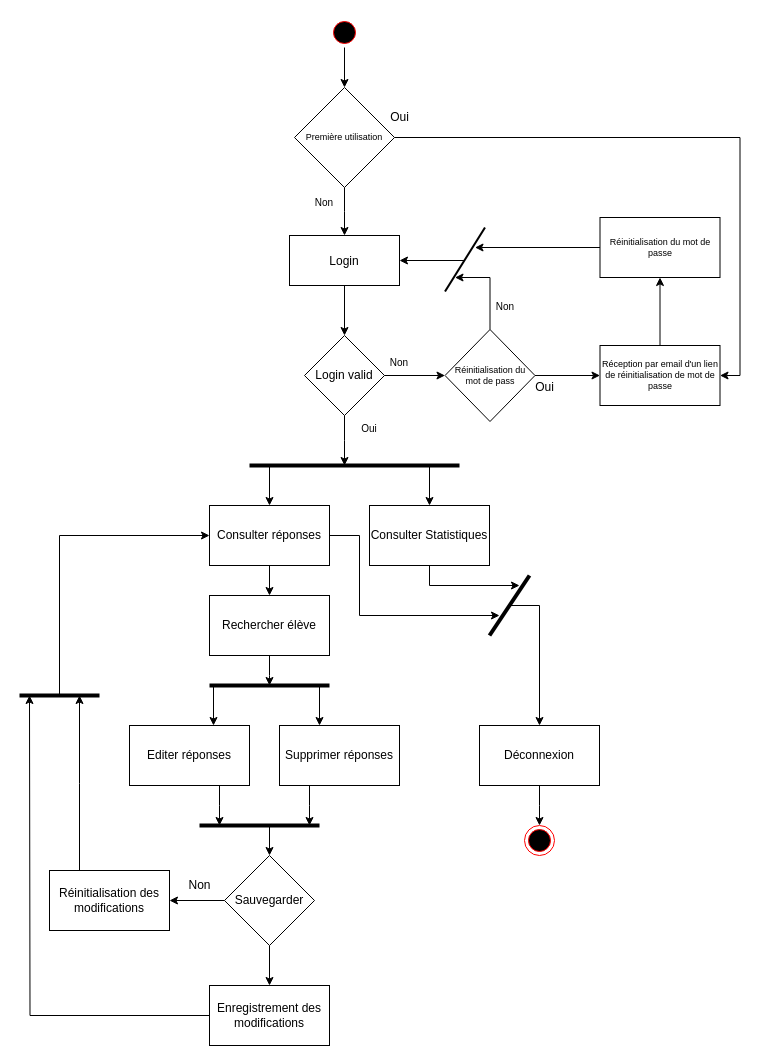
Earlier version of the draw.io diagram DiagrameDActiviteEnseignant.drawio (Devetik/Diagrammes). Source tidied: cells renumbered, new cells numbered last; positions are measured from the earlier drawing's top-left corner, leaving out a move shared by most shapes. Both pictures are drawn from the tidied source at 100%, with x=0, y=0 at pixel (19, 17).
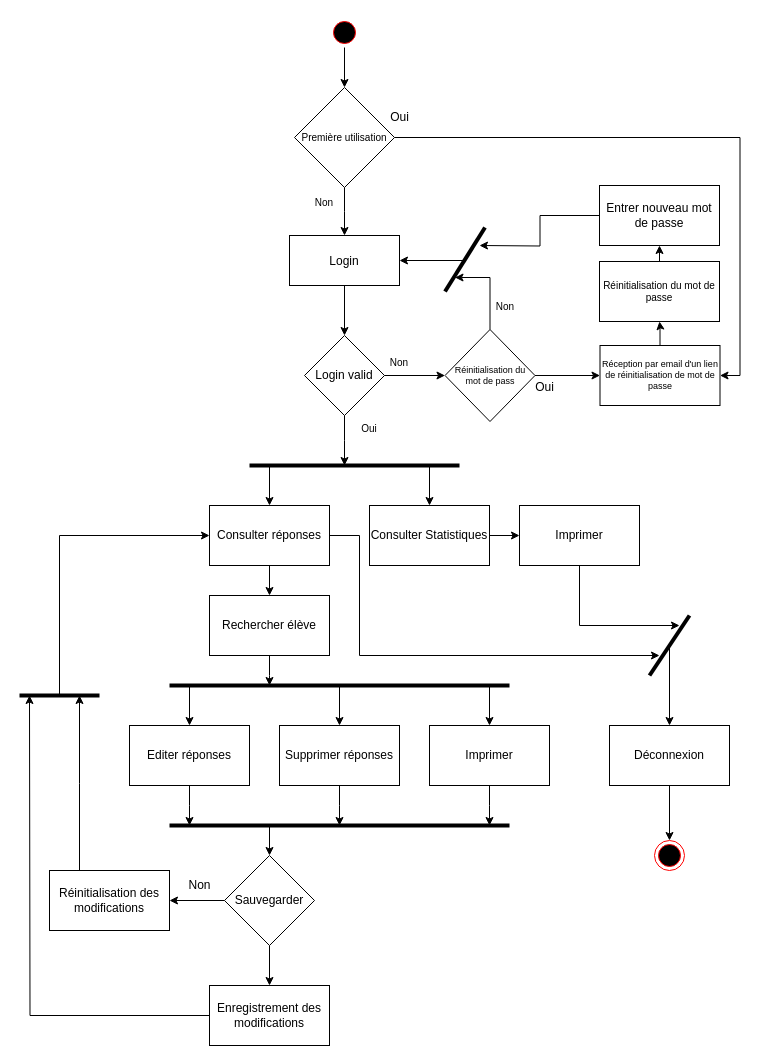
The same diagram, later.

The change refers to these unchanged cells:
```xml
<mxCell id="8" value="Consulter réponses" style="rounded=0;whiteSpace=wrap;html=1;fillColor=none;" parent="1" vertex="1">
  <mxGeometry x="190" y="488" width="120" height="60" as="geometry" />
</mxCell>
<mxCell id="15" value="Editer réponses" style="rounded=0;whiteSpace=wrap;html=1;fillColor=none;" parent="1" vertex="1">
  <mxGeometry x="110" y="708" width="120" height="60" as="geometry" />
</mxCell>
<mxCell id="16" value="Consulter Statistiques" style="rounded=0;whiteSpace=wrap;html=1;fillColor=none;" parent="1" vertex="1">
  <mxGeometry x="350" y="488" width="120" height="60" as="geometry" />
</mxCell>
<mxCell id="24" value="Supprimer réponses" style="rounded=0;whiteSpace=wrap;html=1;fillColor=none;" parent="1" vertex="1">
  <mxGeometry x="260" y="708" width="120" height="60" as="geometry" />
</mxCell>
```

The edit, as a diff of the source:
```diff
@@
-    <mxCell id="7" style="edgeStyle=orthogonalEdgeStyle;rounded=0;jettySize=auto;html=1;strokeWidth=1;" parent="1" edge="1" source="8">
-      <mxGeometry relative="1" as="geometry">
-        <mxPoint x="480" y="598" as="targetPoint" />
-        <Array as="points">
-          <mxPoint x="340" y="518" />
-          <mxPoint x="340" y="598" />
-        </Array>
-      </mxGeometry>
-    </mxCell>
+    <mxCell id="61" style="edgeStyle=orthogonalEdgeStyle;rounded=0;jettySize=auto;html=1;fontSize=10;strokeWidth=1;" parent="1" edge="1" source="8">
+      <mxGeometry relative="1" as="geometry">
+        <mxPoint x="640" y="638" as="targetPoint" />
+        <Array as="points">
+          <mxPoint x="340" y="518" />
+          <mxPoint x="340" y="638" />
+        </Array>
+      </mxGeometry>
+    </mxCell>
@@
-    <mxCell id="14" style="edgeStyle=orthogonalEdgeStyle;rounded=0;jettySize=auto;html=1;exitX=0.75;exitY=1;exitDx=0;exitDy=0;strokeWidth=1;" parent="1" edge="1" source="15">
-      <mxGeometry relative="1" as="geometry">
-        <mxPoint x="200" y="808" as="targetPoint" />
-      </mxGeometry>
-    </mxCell>
+    <mxCell id="62" style="edgeStyle=orthogonalEdgeStyle;rounded=0;jettySize=auto;html=1;fontSize=10;strokeWidth=1;" parent="1" edge="1" source="15">
+      <mxGeometry relative="1" as="geometry">
+        <mxPoint x="170" y="808" as="targetPoint" />
+      </mxGeometry>
+    </mxCell>
@@
+    <mxCell id="63" style="edgeStyle=orthogonalEdgeStyle;rounded=0;jettySize=auto;html=1;entryX=0;entryY=0.5;entryDx=0;entryDy=0;fontSize=10;strokeWidth=1;" parent="1" edge="1" source="16" target="74">
+      <mxGeometry relative="1" as="geometry" />
+    </mxCell>
@@
     <mxCell id="19" style="endArrow=none;html=1;rounded=0;strokeWidth=4;" parent="1" edge="1">
       <mxGeometry relative="1" as="geometry">
-        <mxPoint x="190" y="668" as="sourcePoint" />
-        <mxPoint x="310" y="668" as="targetPoint" />
+        <mxPoint x="150" y="668" as="sourcePoint" />
+        <mxPoint x="490" y="668" as="targetPoint" />
       </mxGeometry>
     </mxCell>
-    <mxCell id="20" style="endArrow=classic;html=1;rounded=0;strokeWidth=1;" parent="1" edge="1">
+    <mxCell id="20" style="endArrow=classic;html=1;rounded=0;strokeWidth=1;entryX=0.5;entryY=0;entryDx=0;entryDy=0;" parent="1" edge="1" target="24">
       <mxGeometry relative="1" as="geometry">
-        <mxPoint x="300" y="668" as="sourcePoint" />
-        <mxPoint x="300" y="708" as="targetPoint" />
+        <mxPoint x="320" y="668" as="sourcePoint" />
       </mxGeometry>
     </mxCell>
-    <mxCell id="21" style="endArrow=classic;html=1;rounded=0;strokeWidth=1;" parent="1" edge="1">
-      <mxGeometry relative="1" as="geometry">
-        <mxPoint x="194" y="668" as="sourcePoint" />
-        <mxPoint x="194" y="708" as="targetPoint" />
-      </mxGeometry>
-    </mxCell>
@@
-    <mxCell id="23" style="edgeStyle=orthogonalEdgeStyle;rounded=0;jettySize=auto;html=1;exitX=0.25;exitY=1;exitDx=0;exitDy=0;strokeWidth=1;" parent="1" edge="1" source="24">
-      <mxGeometry relative="1" as="geometry">
-        <mxPoint x="290" y="808" as="targetPoint" />
-      </mxGeometry>
-    </mxCell>
+    <mxCell id="64" style="edgeStyle=orthogonalEdgeStyle;rounded=0;jettySize=auto;html=1;fontSize=10;strokeWidth=1;" parent="1" edge="1" source="24">
+      <mxGeometry relative="1" as="geometry">
+        <mxPoint x="320" y="808" as="targetPoint" />
+      </mxGeometry>
+    </mxCell>
@@
     <mxCell id="25" style="endArrow=none;html=1;rounded=0;strokeWidth=4;" parent="1" edge="1">
       <mxGeometry relative="1" as="geometry">
-        <mxPoint x="180" y="808" as="sourcePoint" />
-        <mxPoint x="300" y="808" as="targetPoint" />
+        <mxPoint x="150" y="808" as="sourcePoint" />
+        <mxPoint x="490" y="808" as="targetPoint" />
       </mxGeometry>
     </mxCell>
@@
-    <mxCell id="37" style="endArrow=classic;html=1;rounded=0;strokeWidth=1;exitX=0.5;exitY=1;exitDx=0;exitDy=0;" parent="1" edge="1" source="16">
-      <mxGeometry relative="1" as="geometry">
-        <mxPoint x="500" y="568" as="targetPoint" />
-        <Array as="points">
-          <mxPoint x="410" y="568" />
-        </Array>
-      </mxGeometry>
-    </mxCell>
     <mxCell id="38" style="endArrow=none;html=1;rounded=0;strokeWidth=4;" parent="1" edge="1">
       <mxGeometry relative="1" as="geometry">
-        <mxPoint x="470" y="618" as="sourcePoint" />
-        <mxPoint x="510" y="558" as="targetPoint" />
+        <mxPoint x="630" y="658" as="sourcePoint" />
+        <mxPoint x="670" y="598" as="targetPoint" />
       </mxGeometry>
     </mxCell>
-    <mxCell id="39" style="edgeStyle=orthogonalEdgeStyle;rounded=0;jettySize=auto;html=1;strokeWidth=1;" parent="1" edge="1" source="40">
-      <mxGeometry relative="1" as="geometry">
-        <mxPoint x="520" y="808" as="targetPoint" />
-      </mxGeometry>
-    </mxCell>
+    <mxCell id="65" style="edgeStyle=orthogonalEdgeStyle;rounded=0;jettySize=auto;html=1;entryX=0.5;entryY=0;entryDx=0;entryDy=0;fontSize=10;" parent="1" edge="1" source="40" target="42">
+      <mxGeometry relative="1" as="geometry" />
+    </mxCell>
     <mxCell id="40" value="Déconnexion" style="rounded=0;whiteSpace=wrap;html=1;fillColor=none;" parent="1" vertex="1">
-      <mxGeometry x="460" y="708" width="120" height="60" as="geometry" />
+      <mxGeometry x="590" y="708" width="120" height="60" as="geometry" />
     </mxCell>
-    <mxCell id="41" style="endArrow=classic;html=1;rounded=0;strokeWidth=1;entryX=0.5;entryY=0;entryDx=0;entryDy=0;" parent="1" edge="1" target="40">
-      <mxGeometry relative="1" as="geometry">
-        <mxPoint x="490" y="588" as="sourcePoint" />
-        <Array as="points">
-          <mxPoint x="520" y="588" />
-        </Array>
-      </mxGeometry>
-    </mxCell>
     <mxCell id="42" style="ellipse;html=1;shape=endState;fillColor=#000000;strokeColor=#ff0000;" parent="1" vertex="1">
-      <mxGeometry x="505" y="808" width="30" height="30" as="geometry" />
+      <mxGeometry x="635" y="823" width="30" height="30" as="geometry" />
     </mxCell>
@@
-    <mxCell id="52" style="endArrow=none;html=1;rounded=0;fontSize=9;strokeWidth=2;" parent="1" edge="1">
+    <mxCell id="52" style="endArrow=none;html=1;rounded=0;fontSize=9;strokeWidth=4;" parent="1" edge="1">
       <mxGeometry relative="1" as="geometry">
         <mxPoint x="425.5" y="274" as="sourcePoint" />
         <mxPoint x="465.5" y="210" as="targetPoint" />
       </mxGeometry>
     </mxCell>
@@
-    <mxCell id="54" style="edgeStyle=orthogonalEdgeStyle;rounded=0;jettySize=auto;html=1;fontSize=9;strokeWidth=1;" parent="1" edge="1" source="55">
-      <mxGeometry relative="1" as="geometry">
-        <mxPoint x="455.5" y="230" as="targetPoint" />
-      </mxGeometry>
-    </mxCell>
+    <mxCell id="66" style="edgeStyle=orthogonalEdgeStyle;rounded=0;jettySize=auto;html=1;exitX=0.5;exitY=0;exitDx=0;exitDy=0;entryX=0.5;entryY=1;entryDx=0;entryDy=0;fontSize=10;" parent="1" edge="1" source="55" target="68">
+      <mxGeometry relative="1" as="geometry" />
+    </mxCell>
-    <mxCell id="55" value="Réinitialisation du mot de passe" style="whiteSpace=wrap;html=1;fontSize=9;fillColor=none;" parent="1" vertex="1">
-      <mxGeometry x="580.5" y="200" width="120" height="60" as="geometry" />
+    <mxCell id="55" value="Réinitialisation du mot de passe" style="whiteSpace=wrap;html=1;fontSize=10;fillColor=none;" parent="1" vertex="1">
+      <mxGeometry x="580" y="244" width="120" height="60" as="geometry" />
     </mxCell>
@@
-    <mxCell id="58" value="Première utilisation" style="rhombus;whiteSpace=wrap;html=1;fontSize=9;fillColor=none;" parent="1" vertex="1">
+    <mxCell id="58" value="Première utilisation" style="rhombus;whiteSpace=wrap;html=1;fontSize=10;fillColor=none;" parent="1" vertex="1">
       <mxGeometry x="275" y="70" width="100" height="100" as="geometry" />
     </mxCell>
@@
+    <mxCell id="67" style="edgeStyle=orthogonalEdgeStyle;rounded=0;jettySize=auto;html=1;fontSize=10;" parent="1" edge="1" source="68">
+      <mxGeometry relative="1" as="geometry">
+        <mxPoint x="460" y="228" as="targetPoint" />
+      </mxGeometry>
+    </mxCell>
+    <mxCell id="68" value="Entrer nouveau mot de passe" style="rounded=0;whiteSpace=wrap;html=1;fillColor=none;" parent="1" vertex="1">
+      <mxGeometry x="580" y="168" width="120" height="60" as="geometry" />
+    </mxCell>
+    <mxCell id="69" style="edgeStyle=orthogonalEdgeStyle;rounded=0;jettySize=auto;html=1;fontSize=10;" parent="1" edge="1" source="70">
+      <mxGeometry relative="1" as="geometry">
+        <mxPoint x="470" y="808" as="targetPoint" />
+      </mxGeometry>
+    </mxCell>
+    <mxCell id="70" value="Imprimer" style="rounded=0;whiteSpace=wrap;html=1;fontSize=12;fillColor=none;" parent="1" vertex="1">
+      <mxGeometry x="410" y="708" width="120" height="60" as="geometry" />
+    </mxCell>
+    <mxCell id="71" style="endArrow=classic;html=1;rounded=0;fontSize=10;strokeWidth=1;entryX=0.5;entryY=0;entryDx=0;entryDy=0;" parent="1" edge="1" target="70">
+      <mxGeometry relative="1" as="geometry">
+        <mxPoint x="470" y="668" as="sourcePoint" />
+      </mxGeometry>
+    </mxCell>
+    <mxCell id="72" style="endArrow=classic;html=1;rounded=0;fontSize=10;strokeWidth=1;entryX=0.5;entryY=0;entryDx=0;entryDy=0;" parent="1" edge="1" target="15">
+      <mxGeometry relative="1" as="geometry">
+        <mxPoint x="170" y="668" as="sourcePoint" />
+      </mxGeometry>
+    </mxCell>
+    <mxCell id="73" style="edgeStyle=orthogonalEdgeStyle;rounded=0;jettySize=auto;html=1;fontSize=10;strokeWidth=1;" parent="1" edge="1" source="74">
+      <mxGeometry relative="1" as="geometry">
+        <mxPoint x="660" y="608" as="targetPoint" />
+        <Array as="points">
+          <mxPoint x="560" y="608" />
+        </Array>
+      </mxGeometry>
+    </mxCell>
+    <mxCell id="74" value="Imprimer" style="rounded=0;whiteSpace=wrap;html=1;fontSize=12;fillColor=none;" parent="1" vertex="1">
+      <mxGeometry x="500" y="488" width="120" height="60" as="geometry" />
+    </mxCell>
+    <mxCell id="75" style="endArrow=classic;html=1;rounded=0;fontSize=10;strokeWidth=1;entryX=0.5;entryY=0;entryDx=0;entryDy=0;" parent="1" edge="1" target="40">
+      <mxGeometry relative="1" as="geometry">
+        <mxPoint x="650" y="628" as="sourcePoint" />
+      </mxGeometry>
+    </mxCell>
```
